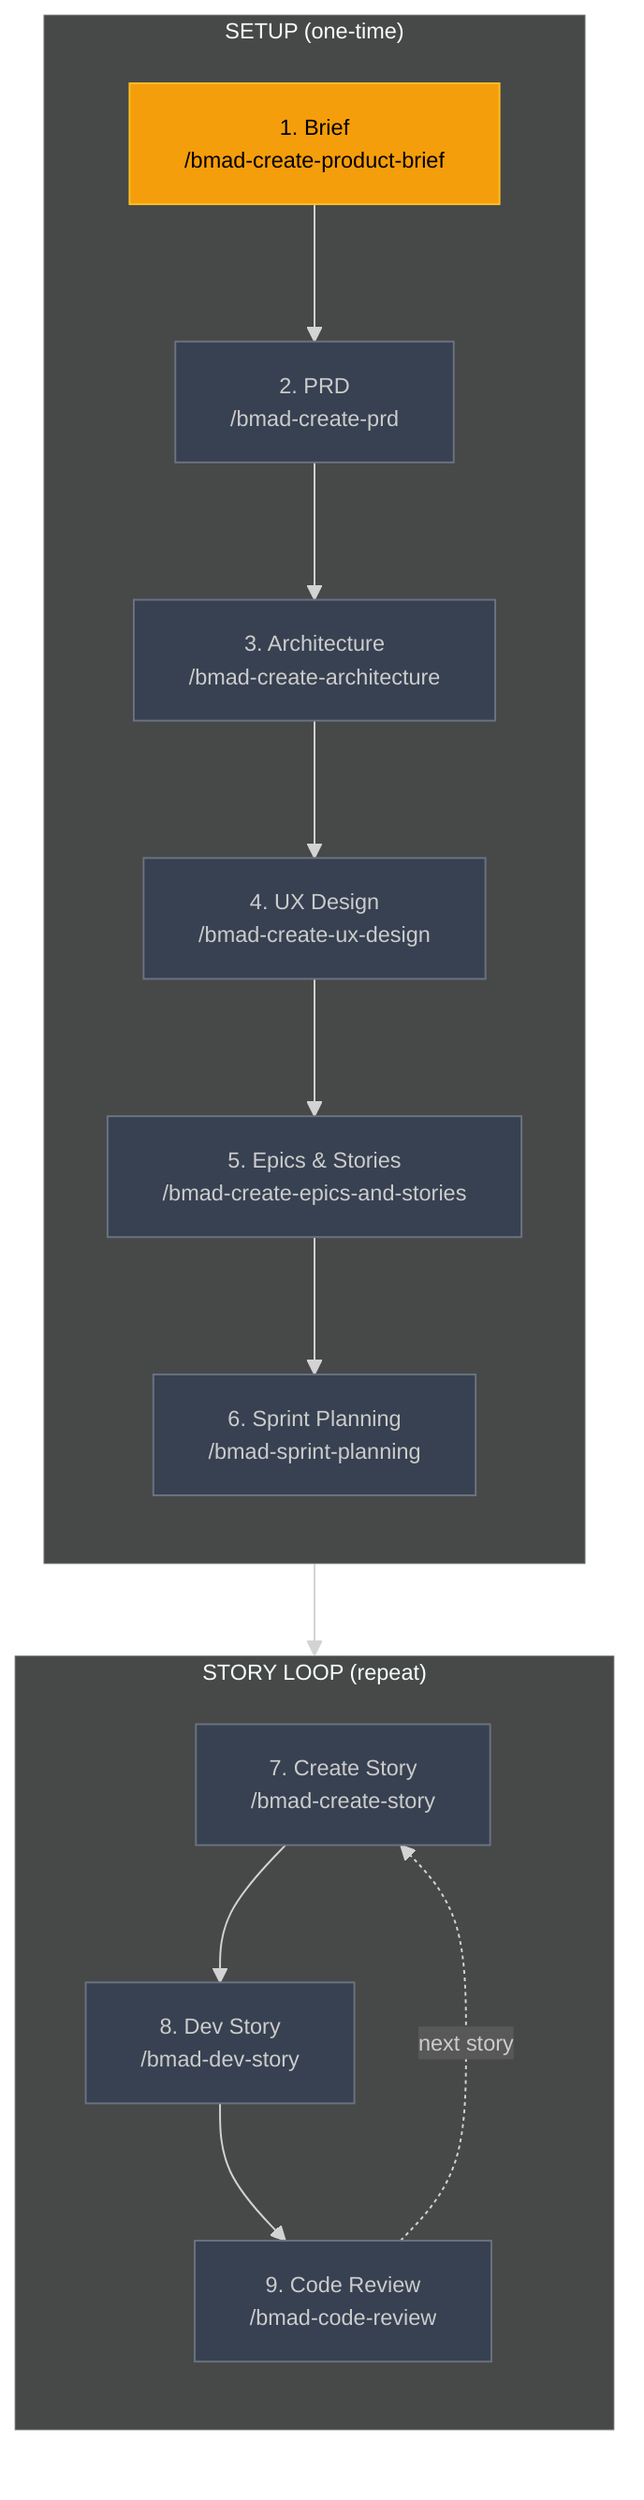
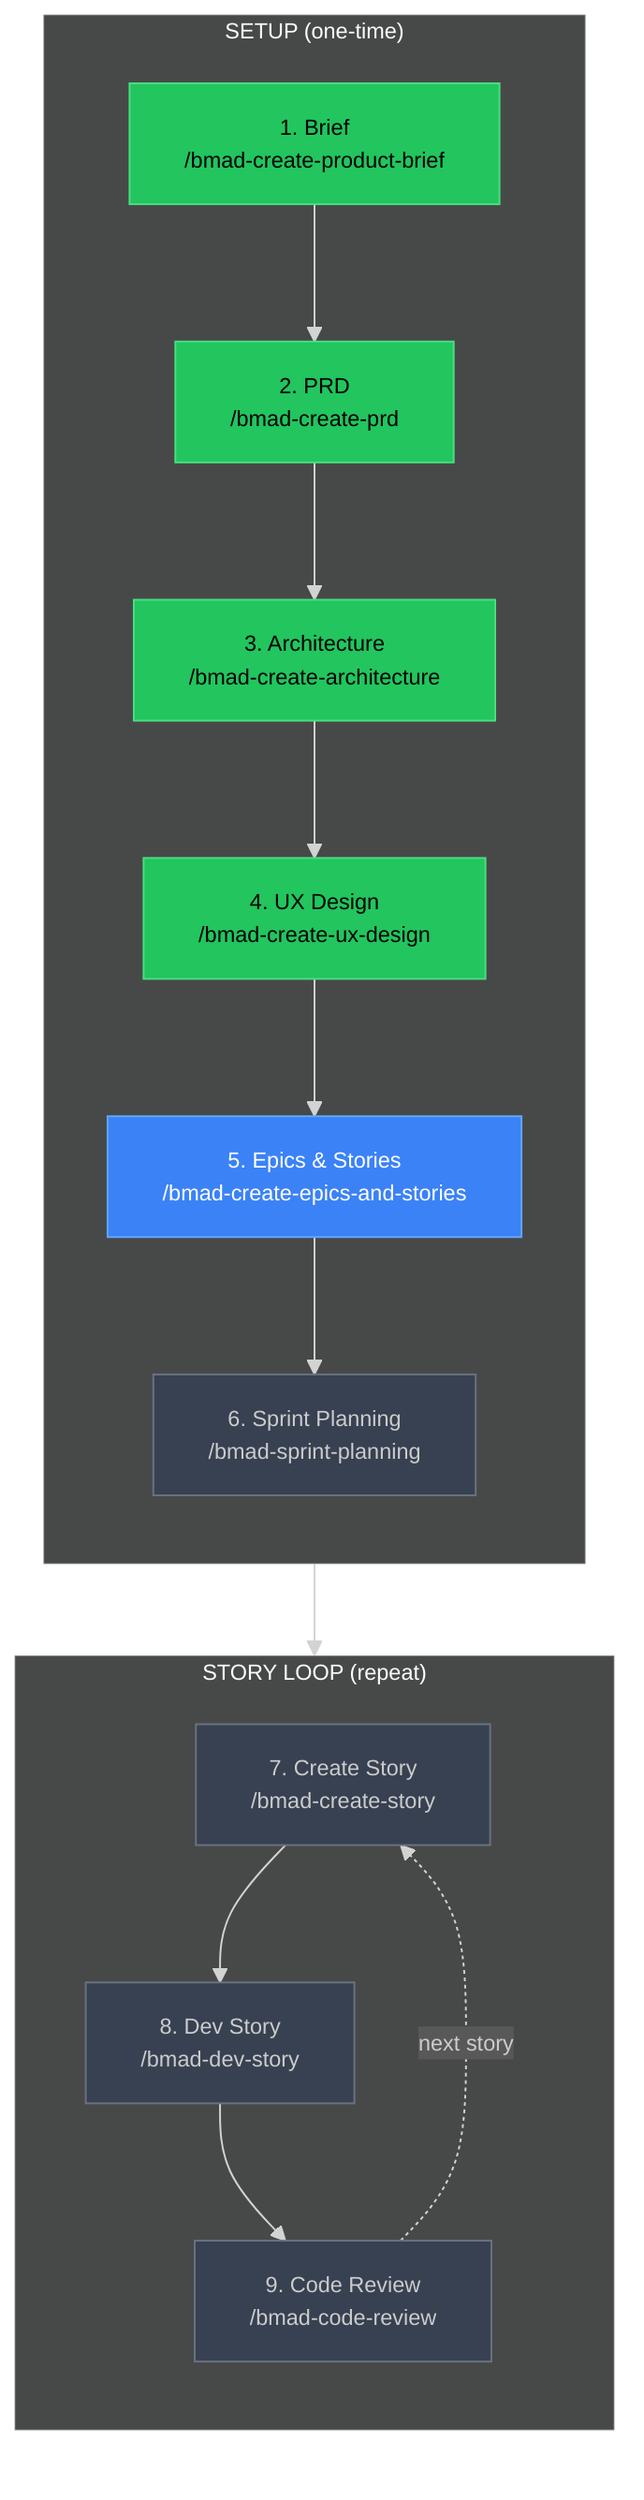
%%{init: {'theme': 'dark', 'themeVariables': { 'fontSize': '12px'}}}%%
flowchart TB
    subgraph SETUP["SETUP (one-time)"]
        direction TB
        S1["1. Brief<br/>/bmad-create-product-brief"]
        S2["2. PRD<br/>/bmad-create-prd"]
        S3["3. Architecture<br/>/bmad-create-architecture"]
        S4["4. UX Design<br/>/bmad-create-ux-design"]
        S5["5. Epics & Stories<br/>/bmad-create-epics-and-stories"]
        S6["6. Sprint Planning<br/>/bmad-sprint-planning"]

        S1 --> S2 --> S3 --> S4 --> S5 --> S6
    end

    subgraph LOOP["STORY LOOP (repeat)"]
        direction TB
        L7["7. Create Story<br/>/bmad-create-story"]
        L8["8. Dev Story<br/>/bmad-dev-story"]
        L9["9. Code Review<br/>/bmad-code-review"]

        L7 --> L8 --> L9
        L9 -.->|"next story"| L7
    end

    S6 --> LOOP

-     style S1 fill:#f59e0b,stroke:#fbbf24,color:#000
-     style S2 fill:#374151,stroke:#6b7280
-     style S3 fill:#374151,stroke:#6b7280
-     style S4 fill:#374151,stroke:#6b7280
-     style S5 fill:#374151,stroke:#6b7280
+     style S1 fill:#22c55e,stroke:#4ade80,color:#000
+     style S2 fill:#22c55e,stroke:#4ade80,color:#000
+     style S3 fill:#22c55e,stroke:#4ade80,color:#000
+     style S4 fill:#22c55e,stroke:#4ade80,color:#000
+     style S5 fill:#3b82f6,stroke:#60a5fa,color:#fff
    style S6 fill:#374151,stroke:#6b7280
    style L7 fill:#374151,stroke:#6b7280
    style L8 fill:#374151,stroke:#6b7280
    style L9 fill:#374151,stroke:#6b7280
